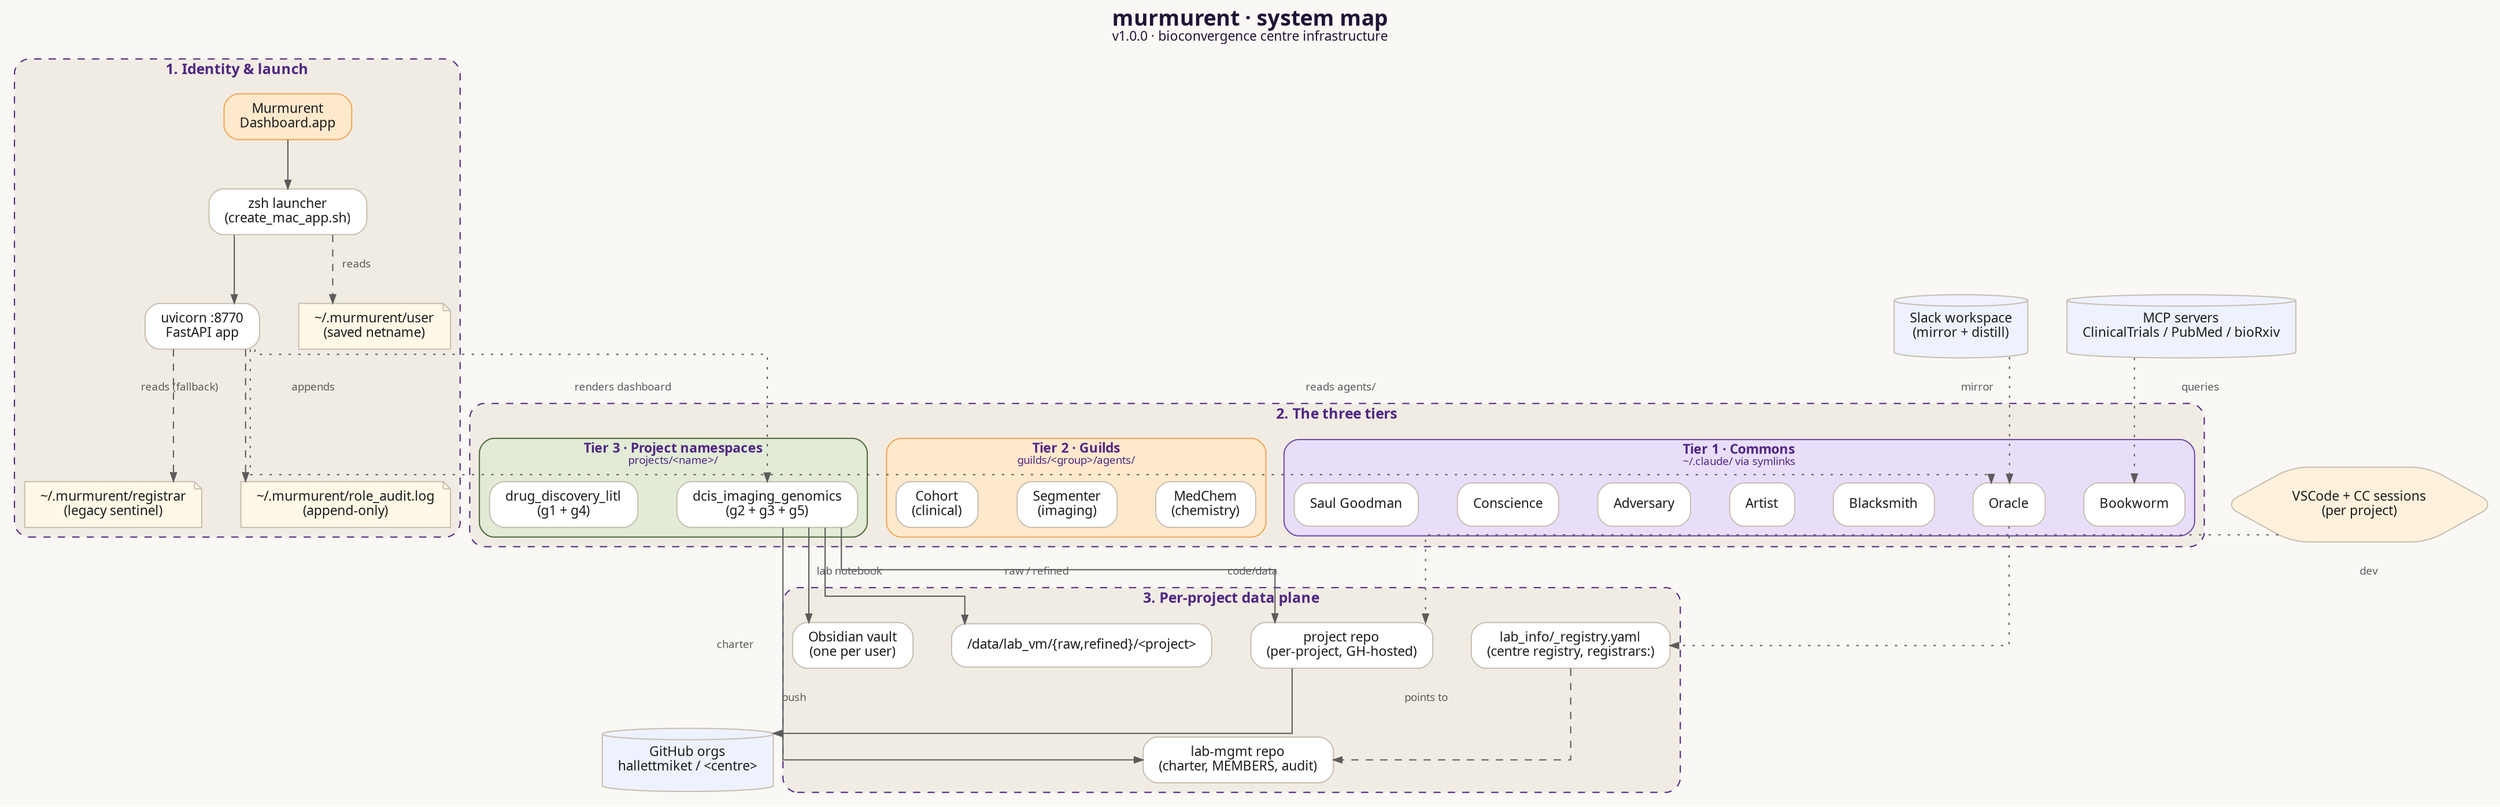
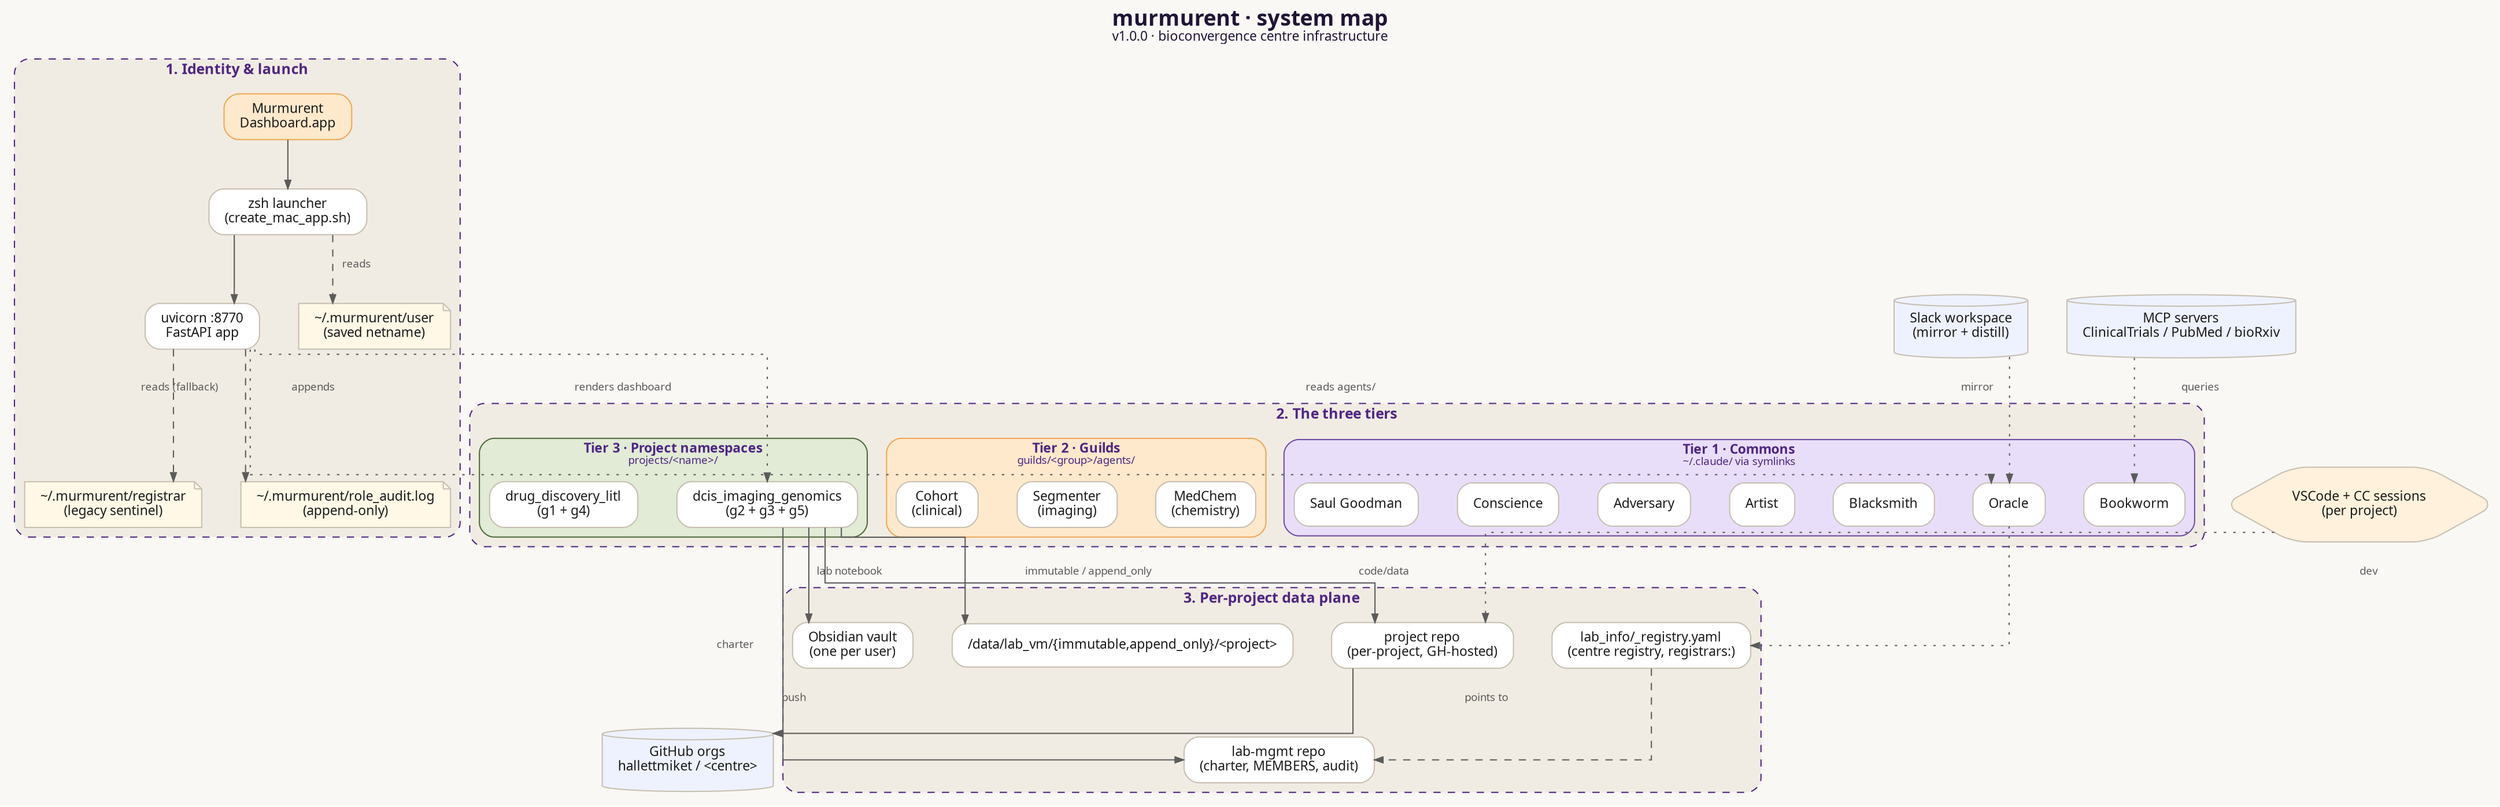
// Purpose: One-page system map of murmurent — identity & launch, the three
//          tiers (Commons / Guilds / Project namespaces), and the per-project
//          data plane. Companion to docs/diagrams/install_modes.dot which
//          drills into local-vs-lab-server placement.
// Author:  Mike Hallett (with Claude Code)
// Date:    2026-05-13
// Render:  bash scripts/render_diagrams.sh

digraph murmurent_system_map {
  rankdir=TB;
  bgcolor="#FAF8F5";
  fontname="EB Garamond";
  labelloc="t";
  label=<<B>murmurent &middot; system map</B><BR/><FONT POINT-SIZE="11">v1.0.0 &middot; bioconvergence centre infrastructure</FONT>>;
  fontsize=18;
  fontcolor="#201436";
  splines=ortho;
  nodesep=0.45;
  ranksep=0.55;

  // Default node styling — squared-off, EB Garamond, brand purple/cream.
  node [
    shape=box,
    style="filled,rounded",
    fontname="EB Garamond",
    fontsize=11,
    fillcolor="#FFFFFF",
    color="#C7BFB1",
    fontcolor="#1A1A1A",
    margin="0.18,0.10",
  ];
  edge [
    color="#5B5B5B",
    fontname="Courier Prime",
    fontsize=9,
    fontcolor="#5B5B5B",
    arrowsize=0.7,
  ];

  // -----------------------------------------------------------------
  // Lane 1 — Identity & launch
  // -----------------------------------------------------------------
  subgraph cluster_launch {
    label=<<B>1. Identity &amp; launch</B>>;
    fontsize=12;
    fontcolor="#4F2683";
    color="#4F2683";
    style="rounded,dashed";
    bgcolor="#F1ECE3";

    icon       [label="Murmurent\nDashboard.app",       fillcolor="#FFE9CC", color="#F0A757"];
    launcher   [label="zsh launcher\n(create_mac_app.sh)"];
    uvicorn    [label="uvicorn :8770\nFastAPI app"];
    sentinel_user [label="~/.murmurent/user\n(saved netname)",     shape=note, fillcolor="#FFF8E6"];
    sentinel_reg  [label="~/.murmurent/registrar\n(legacy sentinel)", shape=note, fillcolor="#FFF8E6"];
    audit         [label="~/.murmurent/role_audit.log\n(append-only)", shape=note, fillcolor="#FFF8E6"];

    icon -> launcher -> uvicorn;
    launcher -> sentinel_user [style=dashed, label="reads"];
    uvicorn  -> audit         [style=dashed, label="appends"];
    uvicorn  -> sentinel_reg  [style=dashed, label="reads (fallback)"];
  }

  // -----------------------------------------------------------------
  // Lane 2 — Three tiers
  // -----------------------------------------------------------------
  subgraph cluster_tiers {
    label=<<B>2. The three tiers</B>>;
    fontsize=12;
    fontcolor="#4F2683";
    color="#4F2683";
    style="rounded,dashed";
    bgcolor="#F1ECE3";

    // Commons (Tier 1)
    subgraph cluster_commons {
      label=<<B>Tier 1 &middot; Commons</B><BR/><FONT POINT-SIZE="9">~/.claude/ via symlinks</FONT>>;
      fontsize=11;
      color="#6F4DA8";
      style="rounded,filled";
      fillcolor="#E9DEFA";
      oracle      [label="Oracle"];
      bookworm    [label="Bookworm"];
      blacksmith  [label="Blacksmith"];
      artist      [label="Artist"];
      adversary   [label="Adversary"];
      conscience  [label="Conscience"];
      saul        [label="Saul Goodman"];
    }

    // Guilds (Tier 2)
    subgraph cluster_guilds {
      label=<<B>Tier 2 &middot; Guilds</B><BR/><FONT POINT-SIZE="9">guilds/&lt;group&gt;/agents/</FONT>>;
      fontsize=11;
      color="#F0A757";
      style="rounded,filled";
      fillcolor="#FFE9CC";
      medchem     [label="MedChem\n(chemistry)"];
      segmenter   [label="Segmenter\n(imaging)"];
      cohort      [label="Cohort\n(clinical)"];
    }

    // Projects (Tier 3)
    subgraph cluster_projects {
      label=<<B>Tier 3 &middot; Project namespaces</B><BR/><FONT POINT-SIZE="9">projects/&lt;name&gt;/</FONT>>;
      fontsize=11;
      color="#4F6B3A";
      style="rounded,filled";
      fillcolor="#E1EBD6";
      proj1       [label="dcis_imaging_genomics\n(g2 + g3 + g5)"];
      proj2       [label="drug_discovery_litl\n(g1 + g4)"];
    }
  }

  // -----------------------------------------------------------------
  // Lane 3 — Per-project data plane
  // -----------------------------------------------------------------
  subgraph cluster_data {
    label=<<B>3. Per-project data plane</B>>;
    fontsize=12;
    fontcolor="#4F2683";
    color="#4F2683";
    style="rounded,dashed";
    bgcolor="#F1ECE3";

    lab_mgmt    [label="lab-mgmt repo\n(charter, MEMBERS, audit)",            fillcolor="#FFFFFF"];
    registry    [label="lab_info/_registry.yaml\n(centre registry, registrars:)", fillcolor="#FFFFFF"];
    proj_repo   [label="project repo\n(per-project, GH-hosted)",              fillcolor="#FFFFFF"];
-     lab_vm      [label="/data/lab_vm/{raw,refined}/&lt;project&gt;",         fillcolor="#FFFFFF"];
+     lab_vm      [label="/data/lab_vm/{immutable,append_only}/&lt;project&gt;",         fillcolor="#FFFFFF"];
    vault       [label="Obsidian vault\n(one per user)",                      fillcolor="#FFFFFF"];
  }

  // -----------------------------------------------------------------
  // External / sidebar nodes
  // -----------------------------------------------------------------
  github   [label="GitHub orgs\nhallettmiket / &lt;centre&gt;",      shape=cylinder, fillcolor="#EEF2FF"];
  slack    [label="Slack workspace\n(mirror + distill)",              shape=cylinder, fillcolor="#EEF2FF"];
  mcp      [label="MCP servers\nClinicalTrials / PubMed / bioRxiv",   shape=cylinder, fillcolor="#EEF2FF"];
  vscode   [label="VSCode + CC sessions\n(per project)",              shape=hexagon, fillcolor="#FFF1DB"];

  // -----------------------------------------------------------------
  // Connections across lanes
  // -----------------------------------------------------------------
  uvicorn  -> oracle       [lhead=cluster_commons, label="reads agents/", style=dotted];
  uvicorn  -> proj1        [lhead=cluster_projects, label="renders dashboard", style=dotted];

  proj1 -> lab_mgmt   [label="charter"];
  proj1 -> proj_repo  [label="code/data"];
-   proj1 -> lab_vm     [label="raw / refined"];
+   proj1 -> lab_vm     [label="immutable / append_only"];
  proj1 -> vault      [label="lab notebook"];
  proj_repo -> github [label="push"];

  registry -> lab_mgmt [style=dashed, label="points to"];
  oracle   -> registry [style=dotted];

  vscode  -> proj_repo  [style=dotted, label="dev"];
  slack   -> oracle     [style=dotted, label="mirror"];
  mcp     -> bookworm   [style=dotted, label="queries"];
}
